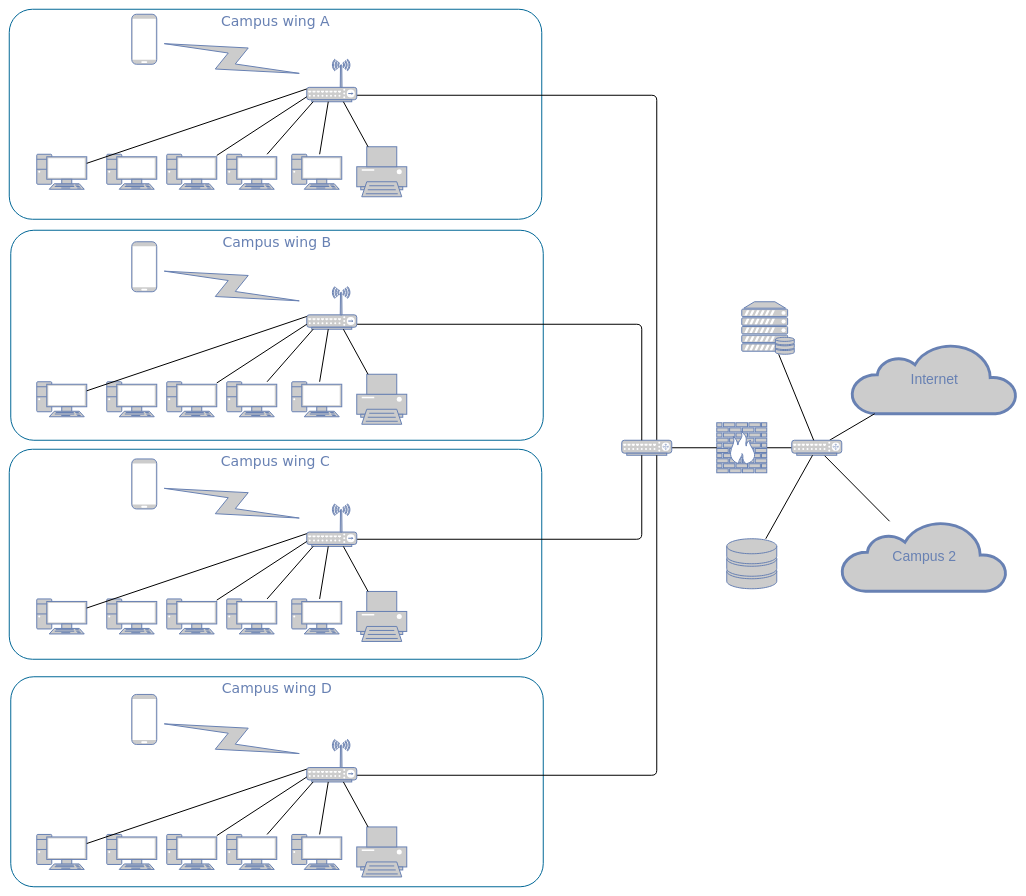
Earlier version of the draw.io diagram Untitled Diagram.drawio (fergalmoran/network). Source tidied: cells renumbered, new cells numbered last; positions are measured from the earlier drawing's top-left corner, leaving out a move shared by most shapes. Both pictures are drawn from the tidied source at 50%, with x=0, y=0 at pixel (9, 9).
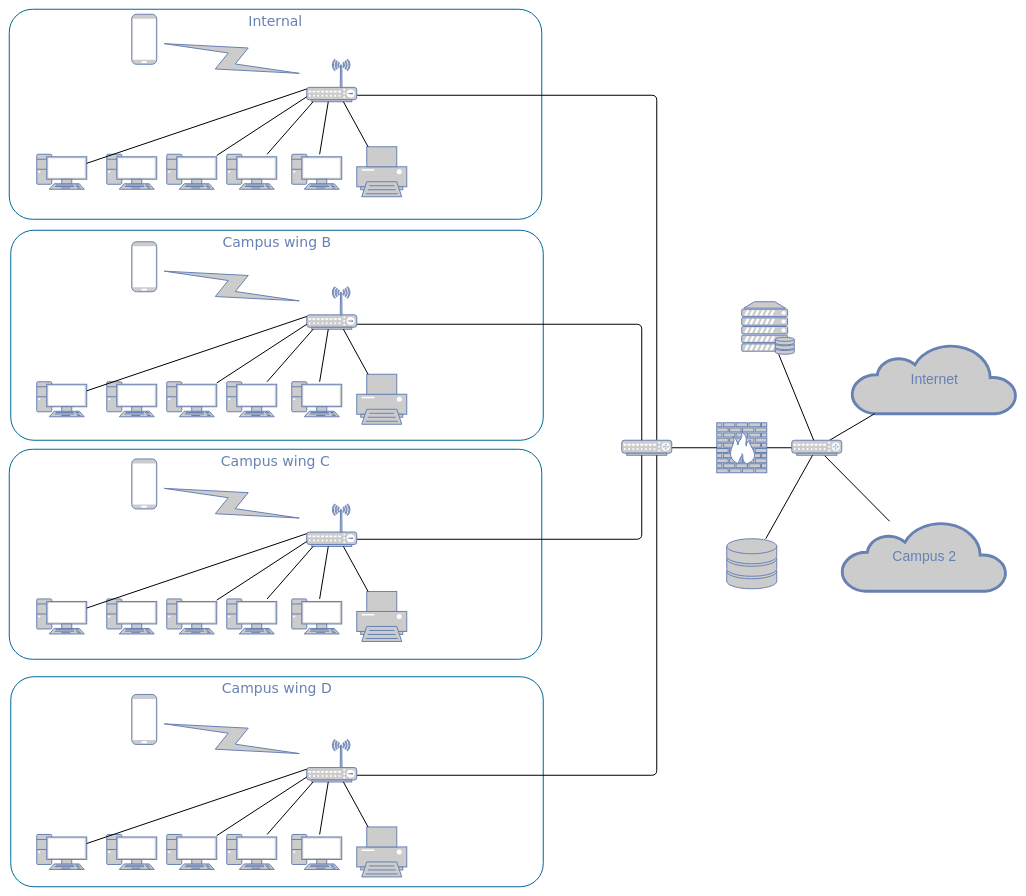
After the change.

Change to the diagram source:
```diff
@@
-    <mxCell id="5" value="Campus wing A" style="rounded=1;whiteSpace=wrap;html=1;shadow=0;comic=0;strokeColor=#036897;strokeWidth=2;fillColor=none;fontFamily=Verdana;fontSize=28;fontColor=#6881B3;align=center;arcSize=11;verticalAlign=top;" parent="1" vertex="1">
+    <mxCell id="5" value="&lt;div&gt;Internal&lt;/div&gt;" style="rounded=1;whiteSpace=wrap;html=1;shadow=0;comic=0;strokeColor=#036897;strokeWidth=2;fillColor=none;fontFamily=Verdana;fontSize=28;fontColor=#6881B3;align=center;arcSize=11;verticalAlign=top;" parent="1" vertex="1">
       <mxGeometry width="1065" height="420" as="geometry" />
     </mxCell>
```
